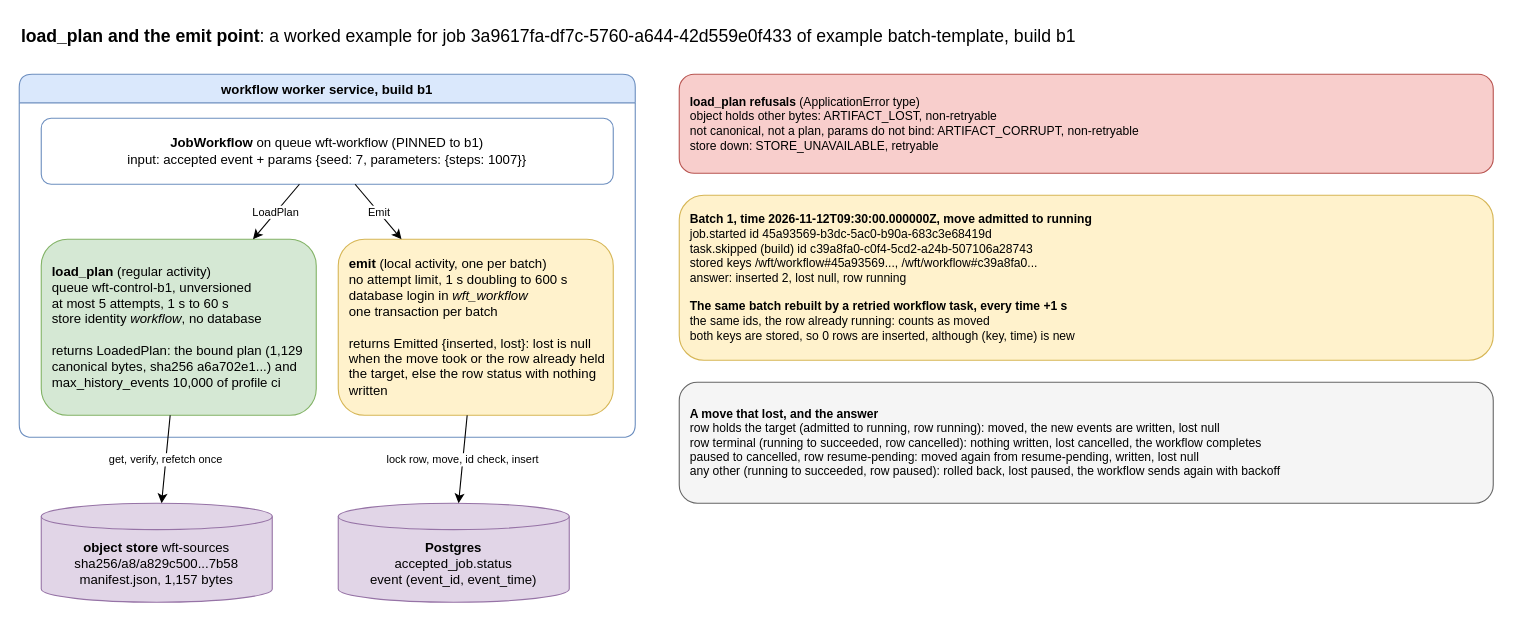
The draw.io diagram docs/architecture/16-load-plan-and-emit.drawio in AndoNorth/disyard, before the edit. Source tidied: cells renumbered, new cells numbered last; positions are measured from the earlier drawing's top-left corner, leaving out a move shared by most shapes. Both pictures are drawn from the tidied source at 110%, with x=0, y=0 at pixel (19, 19).
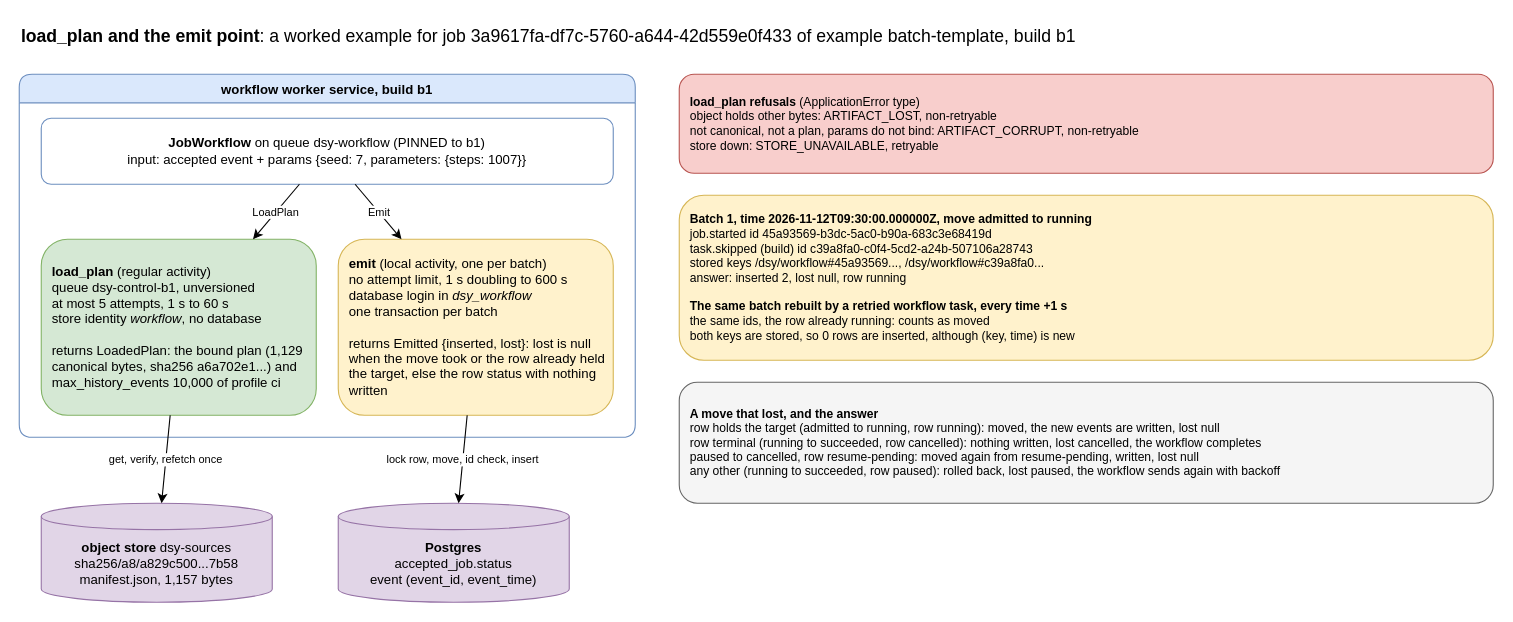
After the change.

The edit, as a diff of the source:
```diff
@@
 <mxGraphModel>
   <root>
     <mxCell id="0" />
     <mxCell id="1" parent="0" />
     <mxCell id="2" value="&lt;b&gt;load_plan and the emit point&lt;/b&gt;: a worked example for job 3a9617fa-df7c-5760-a644-42d559e0f433 of example batch-template, build b1" style="text;html=1;align=left;verticalAlign=middle;fontSize=16;" parent="1" vertex="1">
       <mxGeometry width="1100" height="30" as="geometry" />
     </mxCell>
     <mxCell id="3" value="workflow worker service, build b1" style="swimlane;startSize=26;rounded=1;fillColor=#dae8fc;strokeColor=#6c8ebf;fontStyle=1;" parent="1" vertex="1">
       <mxGeometry y="50" width="560" height="330" as="geometry" />
     </mxCell>
-    <mxCell id="4" value="&lt;b&gt;JobWorkflow&lt;/b&gt; on queue wft-workflow (PINNED to b1)&lt;br&gt;input: accepted event + params {seed: 7, parameters: {steps: 1007}}" style="rounded=1;whiteSpace=wrap;html=1;fillColor=#ffffff;strokeColor=#6c8ebf;" parent="3" vertex="1">
+    <mxCell id="4" value="&lt;b&gt;JobWorkflow&lt;/b&gt; on queue dsy-workflow (PINNED to b1)&lt;br&gt;input: accepted event + params {seed: 7, parameters: {steps: 1007}}" style="rounded=1;whiteSpace=wrap;html=1;fillColor=#ffffff;strokeColor=#6c8ebf;" parent="3" vertex="1">
       <mxGeometry x="20" y="40" width="520" height="60" as="geometry" />
     </mxCell>
-    <mxCell id="5" value="&lt;b&gt;load_plan&lt;/b&gt; (regular activity)&lt;br&gt;queue wft-control-b1, unversioned&lt;br&gt;at most 5 attempts, 1 s to 60 s&lt;br&gt;store identity &lt;i&gt;workflow&lt;/i&gt;, no database&lt;br&gt;&lt;br&gt;returns LoadedPlan: the bound plan (1,129 canonical bytes, sha256 a6a702e1...) and max_history_events 10,000 of profile ci" style="rounded=1;whiteSpace=wrap;html=1;fillColor=#d5e8d4;strokeColor=#82b366;align=left;spacingLeft=8;" parent="3" vertex="1">
+    <mxCell id="5" value="&lt;b&gt;load_plan&lt;/b&gt; (regular activity)&lt;br&gt;queue dsy-control-b1, unversioned&lt;br&gt;at most 5 attempts, 1 s to 60 s&lt;br&gt;store identity &lt;i&gt;workflow&lt;/i&gt;, no database&lt;br&gt;&lt;br&gt;returns LoadedPlan: the bound plan (1,129 canonical bytes, sha256 a6a702e1...) and max_history_events 10,000 of profile ci" style="rounded=1;whiteSpace=wrap;html=1;fillColor=#d5e8d4;strokeColor=#82b366;align=left;spacingLeft=8;" parent="3" vertex="1">
       <mxGeometry x="20" y="150" width="250" height="160" as="geometry" />
     </mxCell>
-    <mxCell id="6" value="&lt;b&gt;emit&lt;/b&gt; (local activity, one per batch)&lt;br&gt;no attempt limit, 1 s doubling to 600 s&lt;br&gt;database login in &lt;i&gt;wft_workflow&lt;/i&gt;&lt;br&gt;one transaction per batch&lt;br&gt;&lt;br&gt;returns Emitted {inserted, lost}: lost is null when the move took or the row already held the target, else the row status with nothing written" style="rounded=1;whiteSpace=wrap;html=1;fillColor=#fff2cc;strokeColor=#d6b656;align=left;spacingLeft=8;" parent="3" vertex="1">
+    <mxCell id="6" value="&lt;b&gt;emit&lt;/b&gt; (local activity, one per batch)&lt;br&gt;no attempt limit, 1 s doubling to 600 s&lt;br&gt;database login in &lt;i&gt;dsy_workflow&lt;/i&gt;&lt;br&gt;one transaction per batch&lt;br&gt;&lt;br&gt;returns Emitted {inserted, lost}: lost is null when the move took or the row already held the target, else the row status with nothing written" style="rounded=1;whiteSpace=wrap;html=1;fillColor=#fff2cc;strokeColor=#d6b656;align=left;spacingLeft=8;" parent="3" vertex="1">
       <mxGeometry x="290" y="150" width="250" height="160" as="geometry" />
     </mxCell>
     <mxCell id="7" value="LoadPlan" style="endArrow=classic;html=1;fontSize=10;" parent="3" edge="1" source="4" target="5">
       <mxGeometry relative="1" as="geometry" />
     </mxCell>
     <mxCell id="8" value="Emit" style="endArrow=classic;html=1;fontSize=10;" parent="3" edge="1" source="4" target="6">
       <mxGeometry relative="1" as="geometry" />
     </mxCell>
-    <mxCell id="9" value="&lt;b&gt;object store&lt;/b&gt; wft-sources&lt;br&gt;sha256/a8/a829c500...7b58&lt;br&gt;manifest.json, 1,157 bytes" style="shape=cylinder3;whiteSpace=wrap;html=1;boundedLbl=1;size=12;fillColor=#e1d5e7;strokeColor=#9673a6;" parent="1" vertex="1">
+    <mxCell id="9" value="&lt;b&gt;object store&lt;/b&gt; dsy-sources&lt;br&gt;sha256/a8/a829c500...7b58&lt;br&gt;manifest.json, 1,157 bytes" style="shape=cylinder3;whiteSpace=wrap;html=1;boundedLbl=1;size=12;fillColor=#e1d5e7;strokeColor=#9673a6;" parent="1" vertex="1">
       <mxGeometry x="20" y="440" width="210" height="90" as="geometry" />
     </mxCell>
     <mxCell id="10" value="&lt;b&gt;Postgres&lt;/b&gt;&lt;br&gt;accepted_job.status&lt;br&gt;event (event_id, event_time)" style="shape=cylinder3;whiteSpace=wrap;html=1;boundedLbl=1;size=12;fillColor=#e1d5e7;strokeColor=#9673a6;" parent="1" vertex="1">
       <mxGeometry x="290" y="440" width="210" height="90" as="geometry" />
     </mxCell>
     <mxCell id="11" value="get, verify, refetch once" style="endArrow=classic;html=1;fontSize=10;" parent="1" edge="1" source="5" target="9">
       <mxGeometry relative="1" as="geometry" />
     </mxCell>
     <mxCell id="12" value="lock row, move, id check, insert" style="endArrow=classic;html=1;fontSize=10;" parent="1" edge="1" source="6" target="10">
       <mxGeometry relative="1" as="geometry" />
     </mxCell>
     <mxCell id="13" value="&lt;b&gt;load_plan refusals&lt;/b&gt; (ApplicationError type)&lt;br&gt;object holds other bytes: ARTIFACT_LOST, non-retryable&lt;br&gt;not canonical, not a plan, params do not bind: ARTIFACT_CORRUPT, non-retryable&lt;br&gt;store down: STORE_UNAVAILABLE, retryable" style="rounded=1;whiteSpace=wrap;html=1;align=left;spacingLeft=8;fillColor=#f8cecc;strokeColor=#b85450;fontSize=11;" parent="1" vertex="1">
       <mxGeometry x="600" y="50" width="740" height="90" as="geometry" />
     </mxCell>
-    <mxCell id="14" value="&lt;b&gt;Batch 1, time 2026-11-12T09:30:00.000000Z, move admitted to running&lt;/b&gt;&lt;br&gt;job.started id 45a93569-b3dc-5ac0-b90a-683c3e68419d&lt;br&gt;task.skipped (build) id c39a8fa0-c0f4-5cd2-a24b-507106a28743&lt;br&gt;stored keys /wft/workflow#45a93569..., /wft/workflow#c39a8fa0...&lt;br&gt;answer: inserted 2, lost null, row running&lt;br&gt;&lt;br&gt;&lt;b&gt;The same batch rebuilt by a retried workflow task, every time +1 s&lt;/b&gt;&lt;br&gt;the same ids, the row already running: counts as moved&lt;br&gt;both keys are stored, so 0 rows are inserted, although (key, time) is new" style="rounded=1;whiteSpace=wrap;html=1;align=left;spacingLeft=8;fillColor=#fff2cc;strokeColor=#d6b656;fontSize=11;" parent="1" vertex="1">
+    <mxCell id="14" value="&lt;b&gt;Batch 1, time 2026-11-12T09:30:00.000000Z, move admitted to running&lt;/b&gt;&lt;br&gt;job.started id 45a93569-b3dc-5ac0-b90a-683c3e68419d&lt;br&gt;task.skipped (build) id c39a8fa0-c0f4-5cd2-a24b-507106a28743&lt;br&gt;stored keys /dsy/workflow#45a93569..., /dsy/workflow#c39a8fa0...&lt;br&gt;answer: inserted 2, lost null, row running&lt;br&gt;&lt;br&gt;&lt;b&gt;The same batch rebuilt by a retried workflow task, every time +1 s&lt;/b&gt;&lt;br&gt;the same ids, the row already running: counts as moved&lt;br&gt;both keys are stored, so 0 rows are inserted, although (key, time) is new" style="rounded=1;whiteSpace=wrap;html=1;align=left;spacingLeft=8;fillColor=#fff2cc;strokeColor=#d6b656;fontSize=11;" parent="1" vertex="1">
       <mxGeometry x="600" y="160" width="740" height="150" as="geometry" />
     </mxCell>
     <mxCell id="15" value="&lt;b&gt;A move that lost, and the answer&lt;/b&gt;&lt;br&gt;row holds the target (admitted to running, row running): moved, the new events are written, lost null&lt;br&gt;row terminal (running to succeeded, row cancelled): nothing written, lost cancelled, the workflow completes&lt;br&gt;paused to cancelled, row resume-pending: moved again from resume-pending, written, lost null&lt;br&gt;any other (running to succeeded, row paused): rolled back, lost paused, the workflow sends again with backoff" style="rounded=1;whiteSpace=wrap;html=1;align=left;spacingLeft=8;fillColor=#f5f5f5;strokeColor=#666666;fontSize=11;" parent="1" vertex="1">
       <mxGeometry x="600" y="330" width="740" height="110" as="geometry" />
     </mxCell>
   </root>
 </mxGraphModel>
```
